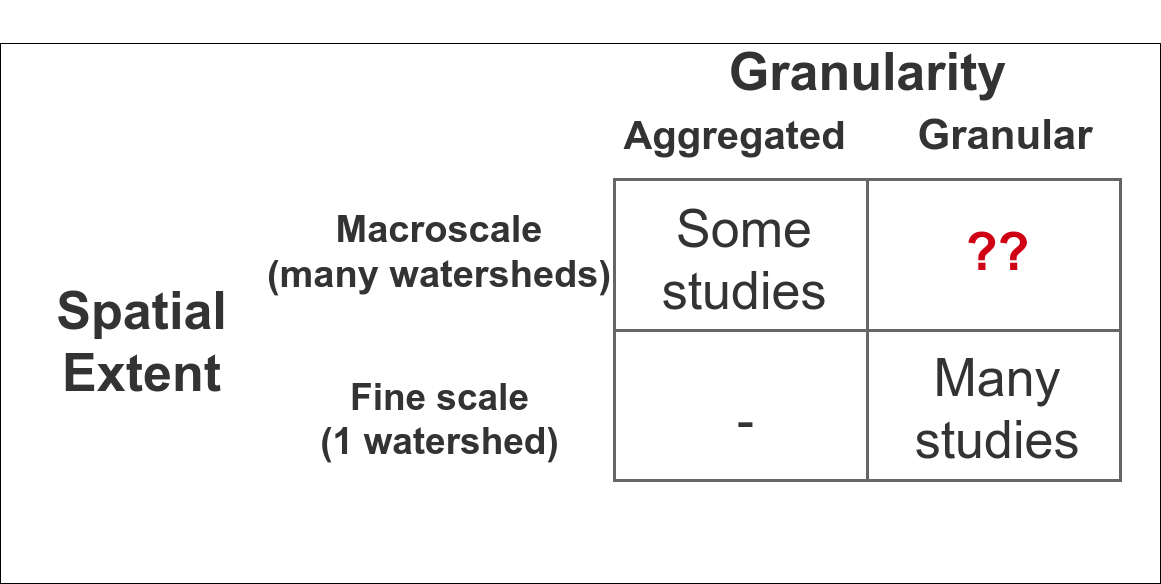
Earlier version of the draw.io export images/granularity.png (jsta/2019_ESA). Source tidied: cells renumbered, new cells last; positions are measured from the earlier drawing's top-left corner, leaving out a move shared by most shapes.
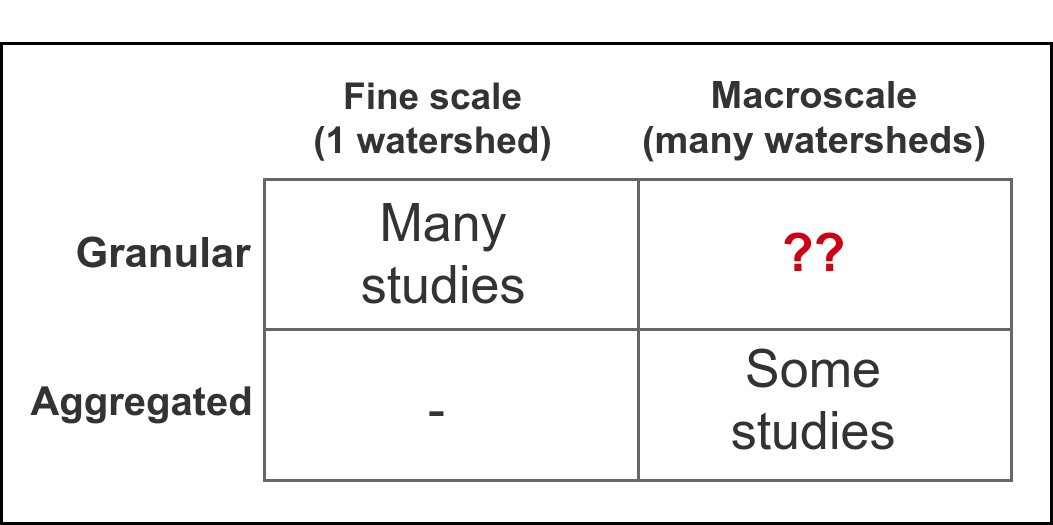
The same diagram one commit later.

Change to the diagram source:
```diff
@@ -2,18 +2,15 @@
   <root>
     <mxCell id="0" />
     <mxCell id="1" parent="0" />
-    <mxCell id="2" style="rounded=0;whiteSpace=wrap;html=1;fontSize=38;" parent="1" vertex="1">
-      <mxGeometry y="43" width="1160" height="540" as="geometry" />
+    <mxCell id="2" style="rounded=0;whiteSpace=wrap;html=1;fontSize=38;strokeWidth=3;" parent="1" vertex="1">
+      <mxGeometry x="110" y="43" width="1050" height="480" as="geometry" />
     </mxCell>
     <mxCell id="3" style="group;" parent="1" vertex="1">
       <mxGeometry x="213" width="907" height="503" as="geometry" />
     </mxCell>
     <mxCell id="4" style="rounded=0;whiteSpace=wrap;html=1;fillColor=#ffffff;strokeColor=#666666;fontColor=#333333;strokeWidth=3;" parent="3" vertex="1">
-      <mxGeometry x="401" y="179" width="506" height="301" as="geometry" />
+      <mxGeometry x="160" y="179" width="747" height="301" as="geometry" />
     </mxCell>
-    <mxCell id="5" value="Granularity&lt;br style=&quot;font-size: 23px;&quot;&gt;" style="text;html=1;align=center;verticalAlign=middle;whiteSpace=wrap;rounded=0;fillColor=none;strokeColor=none;fontColor=#333333;fontSize=52;fontStyle=1;" parent="3" vertex="1">
-      <mxGeometry x="560.1" y="38.5" width="188.1" height="64.8" as="geometry" />
-    </mxCell>
     <mxCell id="6" style="endArrow=none;html=1;entryX=0.5;entryY=0;entryDx=0;entryDy=0;exitX=0.5;exitY=1;exitDx=0;exitDy=0;fillColor=#f5f5f5;strokeColor=#666666;strokeWidth=3;" parent="3" edge="1" source="4" target="4">
       <mxGeometry relative="1" as="geometry" />
     </mxCell>
@@ -21,31 +18,28 @@
       <mxGeometry relative="1" as="geometry" />
     </mxCell>
     <mxCell id="8" value="-" style="text;html=1;strokeColor=none;fillColor=none;align=center;verticalAlign=middle;whiteSpace=wrap;rounded=0;fontColor=#333333;fontSize=52;fontStyle=0;" parent="3" vertex="1">
-      <mxGeometry x="503.4" y="397.2" width="57.9" height="43.2" as="geometry" />
+      <mxGeometry x="302.9" y="386.7" width="57.9" height="43.2" as="geometry" />
     </mxCell>
     <mxCell id="9" value="Granular" style="text;html=1;strokeColor=none;fillColor=none;align=center;verticalAlign=middle;whiteSpace=wrap;rounded=0;fontColor=#333333;fontSize=42;fontStyle=1;" parent="3" vertex="1">
-      <mxGeometry x="718.9" y="103.4" width="144.7" height="60.4" as="geometry" />
+      <mxGeometry x="-13.6" y="221.4" width="144.7" height="60.4" as="geometry" />
     </mxCell>
     <mxCell id="10" value="Aggregated" style="text;html=1;strokeColor=none;fillColor=none;align=center;verticalAlign=middle;whiteSpace=wrap;rounded=0;fontColor=#333333;fontSize=40;fontStyle=1;" parent="3" vertex="1">
-      <mxGeometry x="426.8" y="103.4" width="188.1" height="60.4" as="geometry" />
+      <mxGeometry x="-57.2" y="369.4" width="188.1" height="60.4" as="geometry" />
     </mxCell>
-    <mxCell id="11" value="Fine scale&lt;br style=&quot;font-size: 37px&quot;&gt;(1 watershed)" style="text;html=1;strokeColor=none;fillColor=none;align=center;verticalAlign=middle;whiteSpace=wrap;rounded=0;fontColor=#333333;rotation=0;fontSize=37;fontStyle=1;" parent="3" vertex="1">
-      <mxGeometry x="99.5" y="365" width="252" height="108" as="geometry" />
-    </mxCell>
-    <mxCell id="12" value="Macroscale&lt;br style=&quot;font-size: 38px&quot;&gt;(many watersheds)" style="text;html=1;strokeColor=none;fillColor=none;align=center;verticalAlign=middle;whiteSpace=wrap;rounded=0;fontColor=#333333;rotation=0;fontSize=38;fontStyle=1;" parent="3" vertex="1">
-      <mxGeometry x="50" y="204" width="351" height="95" as="geometry" />
-    </mxCell>
     <mxCell id="13" value="Some studies" style="text;html=1;strokeColor=none;fillColor=none;align=center;verticalAlign=middle;whiteSpace=wrap;rounded=0;fontColor=#333333;fontSize=52;fontStyle=0;" parent="3" vertex="1">
-      <mxGeometry x="473" y="237.5" width="115.7" height="43.2" as="geometry" />
+      <mxGeometry x="651" y="378" width="115.7" height="43.2" as="geometry" />
     </mxCell>
     <mxCell id="14" value="Many studies" style="text;html=1;strokeColor=none;fillColor=none;align=center;verticalAlign=middle;whiteSpace=wrap;rounded=0;fontColor=#333333;fontSize=52;fontStyle=0;" parent="3" vertex="1">
-      <mxGeometry x="726.2" y="387.2" width="115.7" height="43.2" as="geometry" />
+      <mxGeometry x="281.2" y="231.7" width="115.7" height="43.2" as="geometry" />
     </mxCell>
     <mxCell id="15" value="??" style="text;html=1;strokeColor=none;fillColor=none;align=center;verticalAlign=middle;whiteSpace=wrap;rounded=0;fontColor=#CF0015;fontSize=52;fontStyle=1;" parent="3" vertex="1">
-      <mxGeometry x="754.9" y="229.7" width="57.9" height="43.2" as="geometry" />
+      <mxGeometry x="679.9" y="230.2" width="57.9" height="43.2" as="geometry" />
     </mxCell>
-    <mxCell id="16" value="Spatial Extent" style="text;html=1;align=center;verticalAlign=middle;whiteSpace=wrap;rounded=0;fillColor=none;strokeColor=none;fontColor=#333333;rotation=0;fontSize=52;fontStyle=1;" parent="1" vertex="1">
-      <mxGeometry x="40" y="287.2" width="202.5" height="107.9" as="geometry" />
-    </mxCell>
+    <mxCell id="11" value="Fine scale&lt;br style=&quot;font-size: 37px&quot;&gt;(1 watershed)" style="text;html=1;strokeColor=none;fillColor=none;align=center;verticalAlign=middle;whiteSpace=wrap;rounded=0;fontColor=#333333;rotation=0;fontSize=37;fontStyle=1;" parent="1" vertex="1">
+      <mxGeometry x="414.5" y="64" width="252" height="108" as="geometry" />
+    </mxCell>
+    <mxCell id="12" value="Macroscale&lt;br style=&quot;font-size: 38px&quot;&gt;(many watersheds)" style="text;html=1;strokeColor=none;fillColor=none;align=center;verticalAlign=middle;whiteSpace=wrap;rounded=0;fontColor=#333333;rotation=0;fontSize=38;fontStyle=1;" parent="1" vertex="1">
+      <mxGeometry x="746.5" y="69.5" width="351" height="95" as="geometry" />
+    </mxCell>
   </root>
 </mxGraphModel>
```
